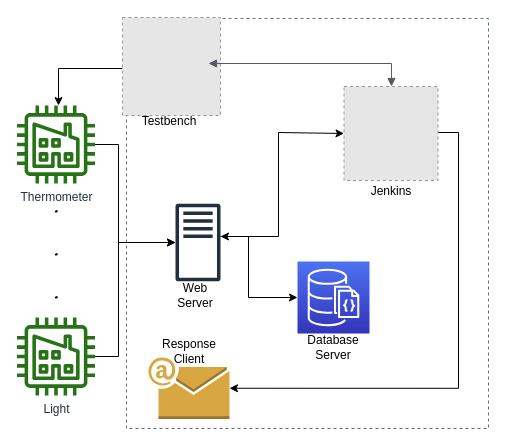
The draw.io diagram page "Page-3" (3 of 3) of SystemFlowChart.drawio in ctmuthu/wot-sys-ci, before the edit. Source tidied: cells renumbered, new cells numbered last; positions are measured from the earlier drawing's top-left corner, leaving out a move shared by most shapes. Both pictures are drawn from the tidied source at 100%, with x=0, y=0 at pixel (17, 17). Pictures stored in the file or linked from it are replaced by grey dashed boxes.
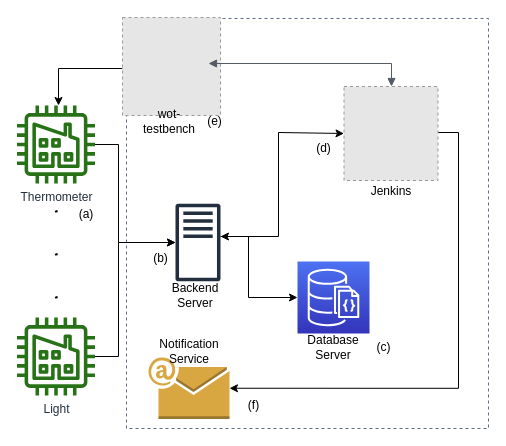
The same diagram, later.

Change to the diagram source:
```diff
@@
-    <mxCell id="18" value="Testbench" style="text;html=1;strokeColor=none;fillColor=none;align=center;verticalAlign=middle;whiteSpace=wrap;rounded=0;" parent="1" vertex="1">
+    <mxCell id="18" value="wot-testbench" style="text;html=1;strokeColor=none;fillColor=none;align=center;verticalAlign=middle;whiteSpace=wrap;rounded=0;" parent="1" vertex="1">
       <mxGeometry x="131.5" y="94" width="40" height="20" as="geometry" />
     </mxCell>
@@
-    <mxCell id="20" value="Web Server" style="text;html=1;strokeColor=none;fillColor=none;align=center;verticalAlign=middle;whiteSpace=wrap;rounded=0;" parent="1" vertex="1">
+    <mxCell id="20" value="Backend Server" style="text;html=1;strokeColor=none;fillColor=none;align=center;verticalAlign=middle;whiteSpace=wrap;rounded=0;" parent="1" vertex="1">
       <mxGeometry x="158" y="268" width="40" height="20" as="geometry" />
     </mxCell>
@@
-    <mxCell id="22" value="Response Client" style="text;html=1;strokeColor=none;fillColor=none;align=center;verticalAlign=middle;whiteSpace=wrap;rounded=0;" parent="1" vertex="1">
+    <mxCell id="22" value="Notification Service" style="text;html=1;strokeColor=none;fillColor=none;align=center;verticalAlign=middle;whiteSpace=wrap;rounded=0;" parent="1" vertex="1">
       <mxGeometry x="151.5" y="324" width="40" height="20" as="geometry" />
     </mxCell>
+    <mxCell id="23" value="(a)" style="text;html=1;strokeColor=none;fillColor=none;align=center;verticalAlign=middle;whiteSpace=wrap;rounded=0;" parent="1" vertex="1">
+      <mxGeometry x="48.5" y="186.5" width="40" height="20" as="geometry" />
+    </mxCell>
+    <mxCell id="24" value="(b)" style="text;html=1;align=center;verticalAlign=middle;" parent="1" vertex="1">
+      <mxGeometry x="128" y="231" width="30" height="20" as="geometry" />
+    </mxCell>
+    <mxCell id="25" value="(d)" style="text;html=1;align=center;verticalAlign=middle;" parent="1" vertex="1">
+      <mxGeometry x="291" y="121" width="30" height="20" as="geometry" />
+    </mxCell>
+    <mxCell id="26" value="(c)" style="text;html=1;align=center;verticalAlign=middle;" parent="1" vertex="1">
+      <mxGeometry x="351" y="320" width="30" height="20" as="geometry" />
+    </mxCell>
+    <mxCell id="27" value="(e)" style="text;html=1;align=center;verticalAlign=middle;" parent="1" vertex="1">
+      <mxGeometry x="182" y="94" width="30" height="20" as="geometry" />
+    </mxCell>
+    <mxCell id="28" value="(f)" style="text;html=1;align=center;verticalAlign=middle;" parent="1" vertex="1">
+      <mxGeometry x="221" y="378" width="30" height="20" as="geometry" />
+    </mxCell>
```
